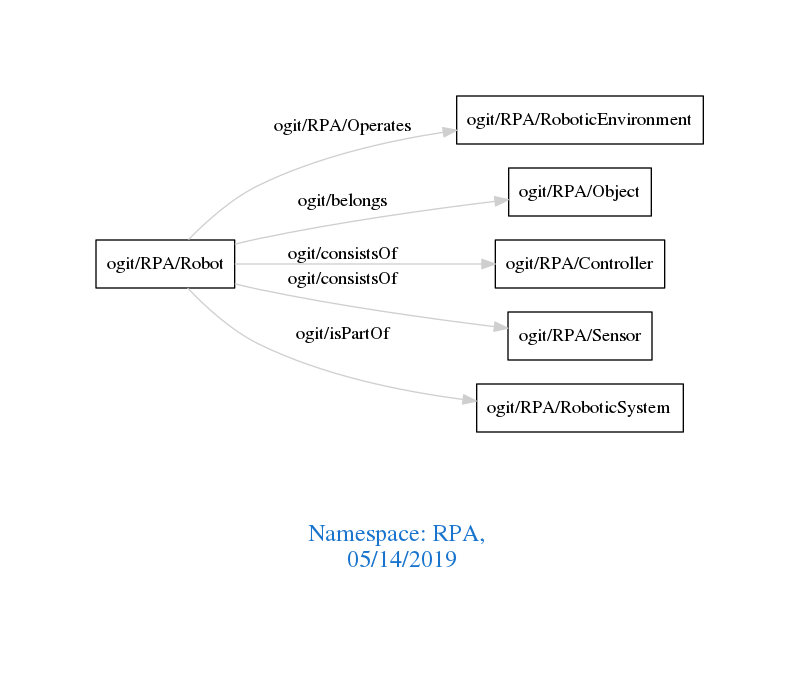
Earlier version of the Graphviz export downloads/RPA.png (arago/OGIT). Its source is kept beside it as downloads/RPA.dot. The source it was exported from:
```dot
digraph OGIT_ontology {
 graph [ rankdir= LR,pad=1
fontsize = 18,
fontcolor= dodgerblue3,label = "\n\n\nNamespace: RPA, \n 05/14/2019"];
node[shape=polygon];
edge [  color="gray81"];

   "ogit/RPA/Robot" -> "ogit/RPA/RoboticEnvironment" [label="   ogit/RPA/Operates    "];
   "ogit/RPA/Robot" -> "ogit/RPA/Object" [label="   ogit/belongs    "];
   "ogit/RPA/Robot" -> "ogit/RPA/Controller" [label="   ogit/consistsOf    "];
   "ogit/RPA/Robot" -> "ogit/RPA/Sensor" [label="   ogit/consistsOf    "];
   "ogit/RPA/Robot" -> "ogit/RPA/RoboticSystem" [label="   ogit/isPartOf    "];
}
```
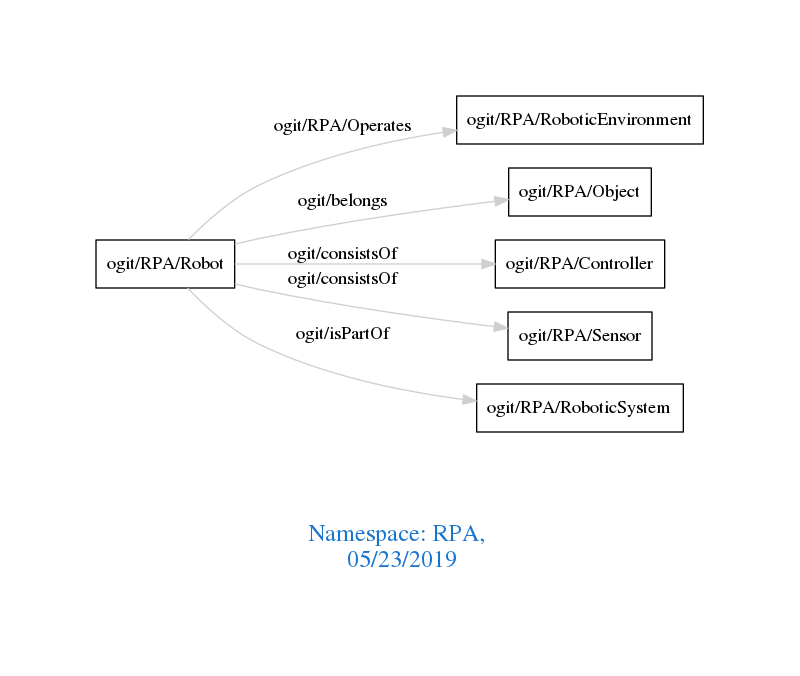
Above is the later version.

What changed in the source:
```diff
@@ -1,7 +1,7 @@
 digraph OGIT_ontology {
  graph [ rankdir= LR,pad=1
 fontsize = 18,
-fontcolor= dodgerblue3,label = "\n\n\nNamespace: RPA, \n 05/14/2019"];
+fontcolor= dodgerblue3,label = "\n\n\nNamespace: RPA, \n 05/23/2019"];
 node[shape=polygon];
 edge [  color="gray81"];
 
```
